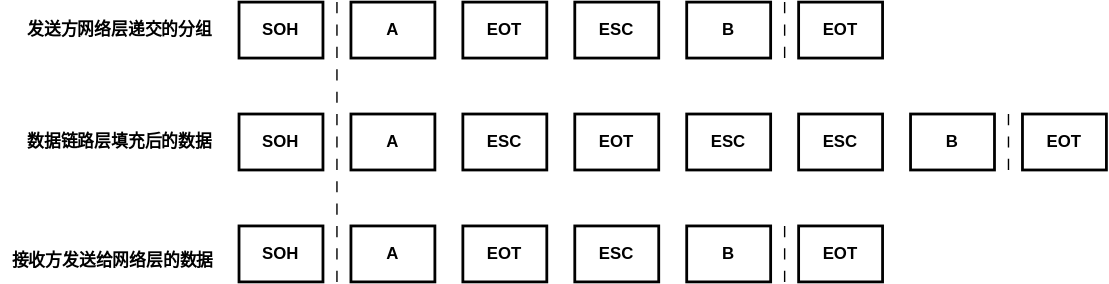
Before: pictures/计算机网络-字符填充法.drawio.svg, a diagram exported from draw.io (creatern/NoteBook). Source tidied: cells renumbered, new cells last; positions are measured from the earlier drawing's top-left corner, leaving out a move shared by most shapes.
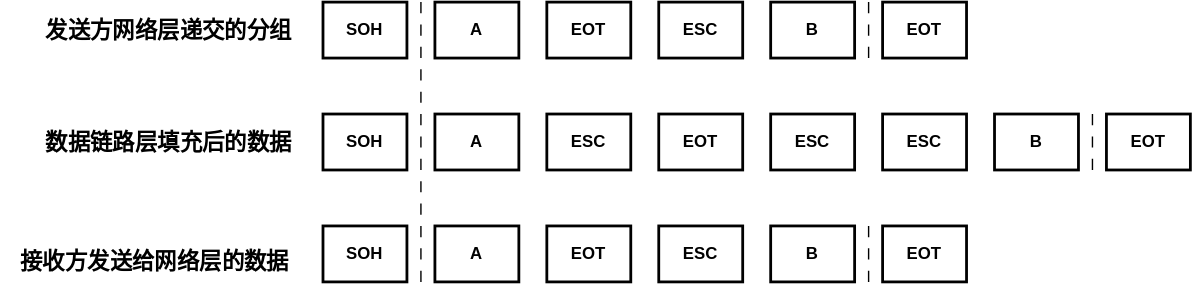
After the change.

What changed in the source:
```diff
@@ -62,14 +62,14 @@
     <mxCell id="21" value="&lt;b&gt;EOT&lt;/b&gt;" style="rounded=0;whiteSpace=wrap;html=1;strokeWidth=2;" parent="1" vertex="1">
       <mxGeometry x="570" y="160" width="60" height="40" as="geometry" />
     </mxCell>
-    <mxCell id="22" value="发送方网络层递交的分组" style="text;html=1;strokeColor=none;fillColor=none;align=center;verticalAlign=middle;whiteSpace=wrap;rounded=0;fontStyle=1;" parent="1" vertex="1">
-      <mxGeometry x="10" y="5" width="150" height="30" as="geometry" />
+    <mxCell id="22" value="发送方网络层递交的分组" style="text;html=1;strokeColor=none;fillColor=none;align=center;verticalAlign=middle;whiteSpace=wrap;rounded=0;fontStyle=1;fontSize=16;" parent="1" vertex="1">
+      <mxGeometry x="-40" y="5" width="200" height="30" as="geometry" />
     </mxCell>
-    <mxCell id="23" value="数据链路层填充后的数据" style="text;html=1;strokeColor=none;fillColor=none;align=center;verticalAlign=middle;whiteSpace=wrap;rounded=0;fontStyle=1;" parent="1" vertex="1">
-      <mxGeometry x="10" y="85" width="150" height="30" as="geometry" />
+    <mxCell id="23" value="数据链路层填充后的数据" style="text;html=1;strokeColor=none;fillColor=none;align=center;verticalAlign=middle;whiteSpace=wrap;rounded=0;fontStyle=1;fontSize=16;" parent="1" vertex="1">
+      <mxGeometry x="-40" y="85" width="200" height="30" as="geometry" />
     </mxCell>
-    <mxCell id="24" value="接收方发送给网络层的数据" style="text;html=1;strokeColor=none;fillColor=none;align=center;verticalAlign=middle;whiteSpace=wrap;rounded=0;fontStyle=1;" parent="1" vertex="1">
-      <mxGeometry y="170" width="160" height="30" as="geometry" />
+    <mxCell id="24" value="接收方发送给网络层的数据" style="text;html=1;strokeColor=none;fillColor=none;align=center;verticalAlign=middle;whiteSpace=wrap;rounded=0;fontStyle=1;fontSize=16;" parent="1" vertex="1">
+      <mxGeometry x="-60" y="170" width="220" height="30" as="geometry" />
     </mxCell>
     <mxCell id="25" style="endArrow=none;dashed=1;html=1;rounded=0;dashPattern=8 8;" parent="1" edge="1">
       <mxGeometry relative="1" as="geometry">
```
